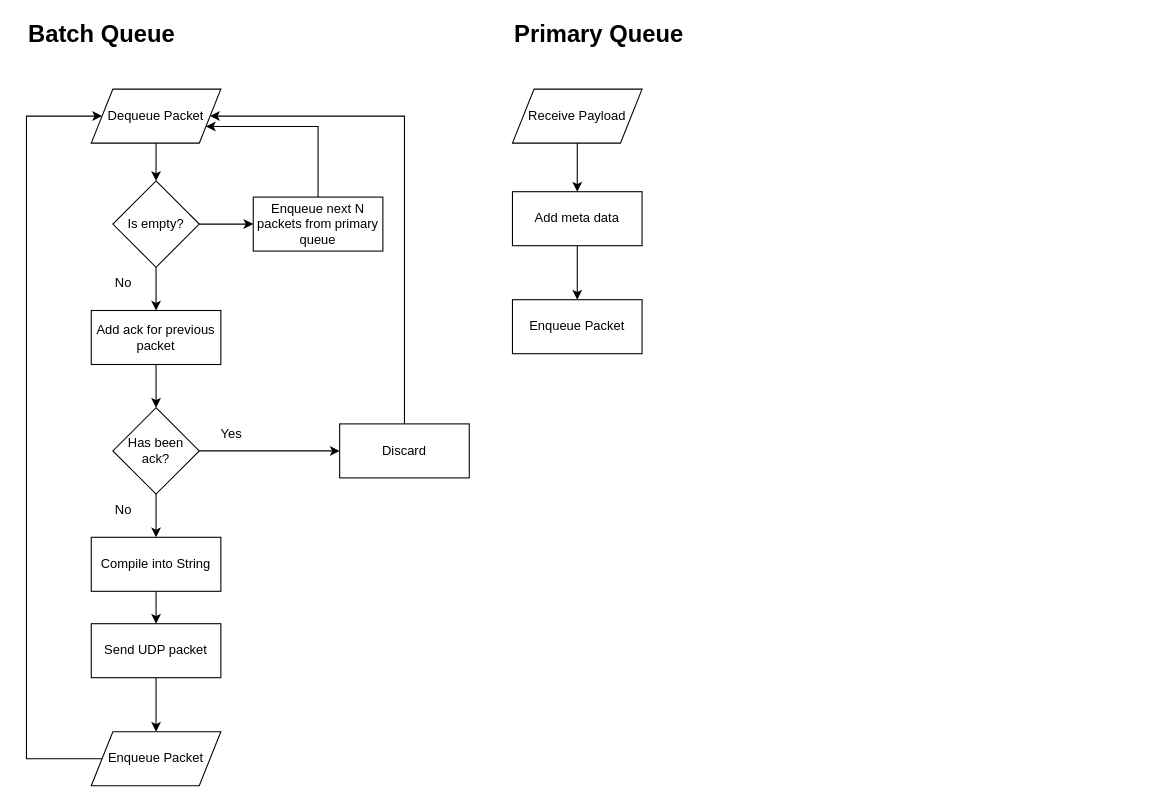
The draw.io diagram page "Queue" (3 of 3) of Software-Architecture.drawio in Prototype-Aether/Prototype-Aether, before the edit. Source tidied: cells renumbered, new cells numbered last; positions are measured from the earlier drawing's top-left corner, leaving out a move shared by most shapes. Both pictures are drawn from the tidied source at 108%, with x=0, y=0 at pixel (26, 18).
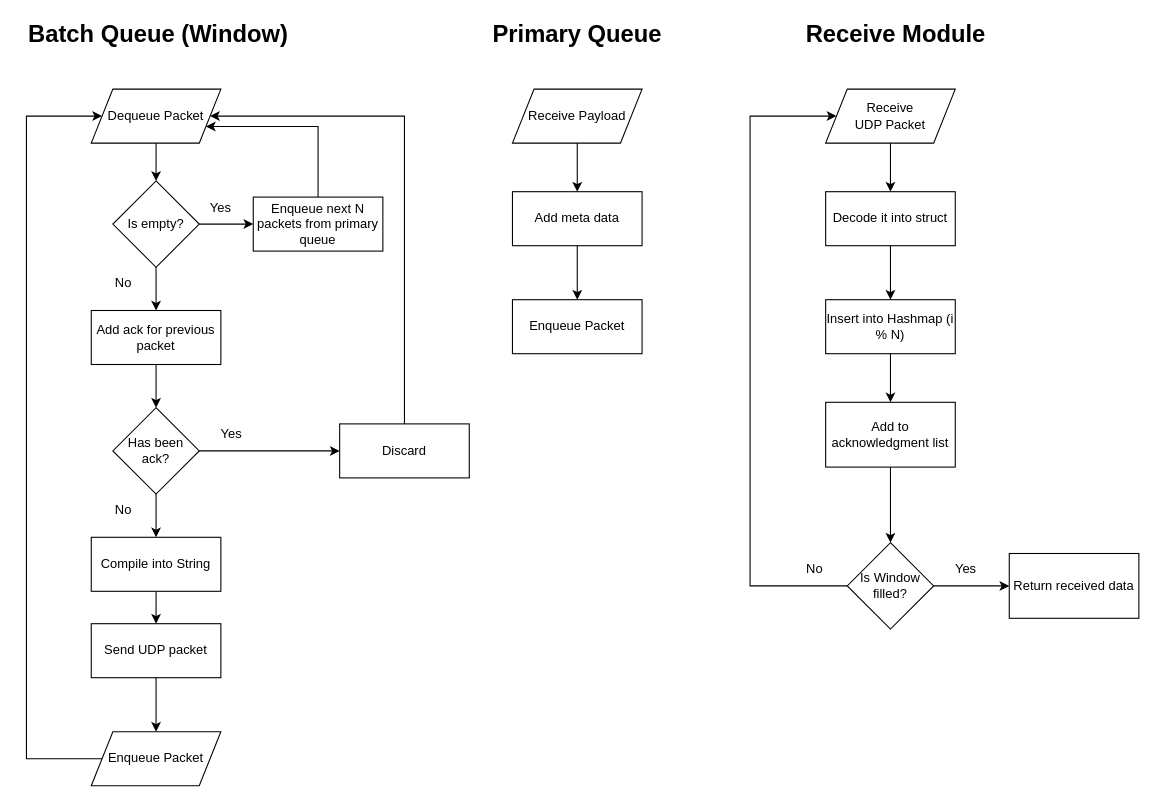
Above is the later version.

Diff of the diagram source:
```diff
@@
-    <mxCell id="23" value="Batch Queue" style="text;html=1;strokeColor=none;fillColor=none;align=left;verticalAlign=middle;whiteSpace=wrap;rounded=0;fontStyle=1;fontSize=22;" parent="1" vertex="1">
-      <mxGeometry width="190" height="30" as="geometry" />
+    <mxCell id="23" value="Batch Queue (Window)" style="text;html=1;strokeColor=none;fillColor=none;align=left;verticalAlign=middle;whiteSpace=wrap;rounded=0;fontStyle=1;fontSize=22;" parent="1" vertex="1">
+      <mxGeometry width="270" height="30" as="geometry" />
     </mxCell>
     <mxCell id="24" value="Primary Queue" style="text;html=1;strokeColor=none;fillColor=none;align=left;verticalAlign=middle;whiteSpace=wrap;rounded=0;fontStyle=1;fontSize=22;" parent="1" vertex="1">
-      <mxGeometry x="450" width="190" height="30" as="geometry" />
+      <mxGeometry x="430" width="190" height="30" as="geometry" />
     </mxCell>
@@
+    <mxCell id="32" value="Receive Module" style="text;html=1;strokeColor=none;fillColor=none;align=left;verticalAlign=middle;whiteSpace=wrap;rounded=0;fontStyle=1;fontSize=22;" parent="1" vertex="1">
+      <mxGeometry x="720" width="190" height="30" as="geometry" />
+    </mxCell>
+    <mxCell id="33" style="edgeStyle=orthogonalEdgeStyle;rounded=0;jettySize=auto;html=1;" parent="1" edge="1" source="34" target="36">
+      <mxGeometry relative="1" as="geometry" />
+    </mxCell>
+    <mxCell id="34" value="Receive&lt;br&gt;UDP Packet" style="shape=parallelogram;perimeter=parallelogramPerimeter;whiteSpace=wrap;html=1;fixedSize=1;" parent="1" vertex="1">
+      <mxGeometry x="740" y="65" width="120" height="50" as="geometry" />
+    </mxCell>
+    <mxCell id="35" style="edgeStyle=orthogonalEdgeStyle;rounded=0;jettySize=auto;html=1;fontSize=12;" parent="1" edge="1" source="36" target="39">
+      <mxGeometry relative="1" as="geometry" />
+    </mxCell>
+    <mxCell id="36" value="Decode it into struct" style="whiteSpace=wrap;html=1;" parent="1" vertex="1">
+      <mxGeometry x="740" y="160" width="120" height="50" as="geometry" />
+    </mxCell>
+    <mxCell id="37" value="Yes" style="text;html=1;strokeColor=none;fillColor=none;align=center;verticalAlign=middle;whiteSpace=wrap;rounded=0;" parent="1" vertex="1">
+      <mxGeometry x="150" y="160" width="60" height="30" as="geometry" />
+    </mxCell>
+    <mxCell id="38" style="edgeStyle=orthogonalEdgeStyle;rounded=0;jettySize=auto;html=1;fontSize=12;" parent="1" edge="1" source="39" target="41">
+      <mxGeometry relative="1" as="geometry" />
+    </mxCell>
+    <mxCell id="39" value="Insert into Hashmap (i % N)" style="whiteSpace=wrap;html=1;" parent="1" vertex="1">
+      <mxGeometry x="740" y="260" width="120" height="50" as="geometry" />
+    </mxCell>
+    <mxCell id="40" style="edgeStyle=orthogonalEdgeStyle;rounded=0;jettySize=auto;html=1;fontSize=12;" parent="1" edge="1" source="41" target="44">
+      <mxGeometry relative="1" as="geometry" />
+    </mxCell>
+    <mxCell id="41" value="Add to acknowledgment list" style="whiteSpace=wrap;html=1;" parent="1" vertex="1">
+      <mxGeometry x="740" y="355" width="120" height="60" as="geometry" />
+    </mxCell>
+    <mxCell id="42" style="edgeStyle=orthogonalEdgeStyle;rounded=0;jettySize=auto;html=1;fontSize=12;" parent="1" edge="1" source="44" target="45">
+      <mxGeometry relative="1" as="geometry" />
+    </mxCell>
+    <mxCell id="43" style="edgeStyle=orthogonalEdgeStyle;rounded=0;jettySize=auto;html=1;fontSize=12;entryX=0;entryY=0.5;entryDx=0;entryDy=0;" parent="1" edge="1" source="44" target="34">
+      <mxGeometry relative="1" as="geometry">
+        <Array as="points">
+          <mxPoint x="670" y="525" />
+          <mxPoint x="670" y="90" />
+        </Array>
+      </mxGeometry>
+    </mxCell>
+    <mxCell id="44" value="Is Window filled?" style="rhombus;whiteSpace=wrap;html=1;" parent="1" vertex="1">
+      <mxGeometry x="760" y="485" width="80" height="80" as="geometry" />
+    </mxCell>
+    <mxCell id="45" value="Return received data" style="whiteSpace=wrap;html=1;" parent="1" vertex="1">
+      <mxGeometry x="910" y="495" width="120" height="60" as="geometry" />
+    </mxCell>
+    <mxCell id="46" value="No" style="text;html=1;strokeColor=none;fillColor=none;align=center;verticalAlign=middle;whiteSpace=wrap;rounded=0;fontSize=12;" parent="1" vertex="1">
+      <mxGeometry x="700" y="495" width="60" height="30" as="geometry" />
+    </mxCell>
+    <mxCell id="47" value="Yes" style="text;html=1;strokeColor=none;fillColor=none;align=center;verticalAlign=middle;whiteSpace=wrap;rounded=0;fontSize=12;" parent="1" vertex="1">
+      <mxGeometry x="840" y="495" width="60" height="30" as="geometry" />
+    </mxCell>
```
